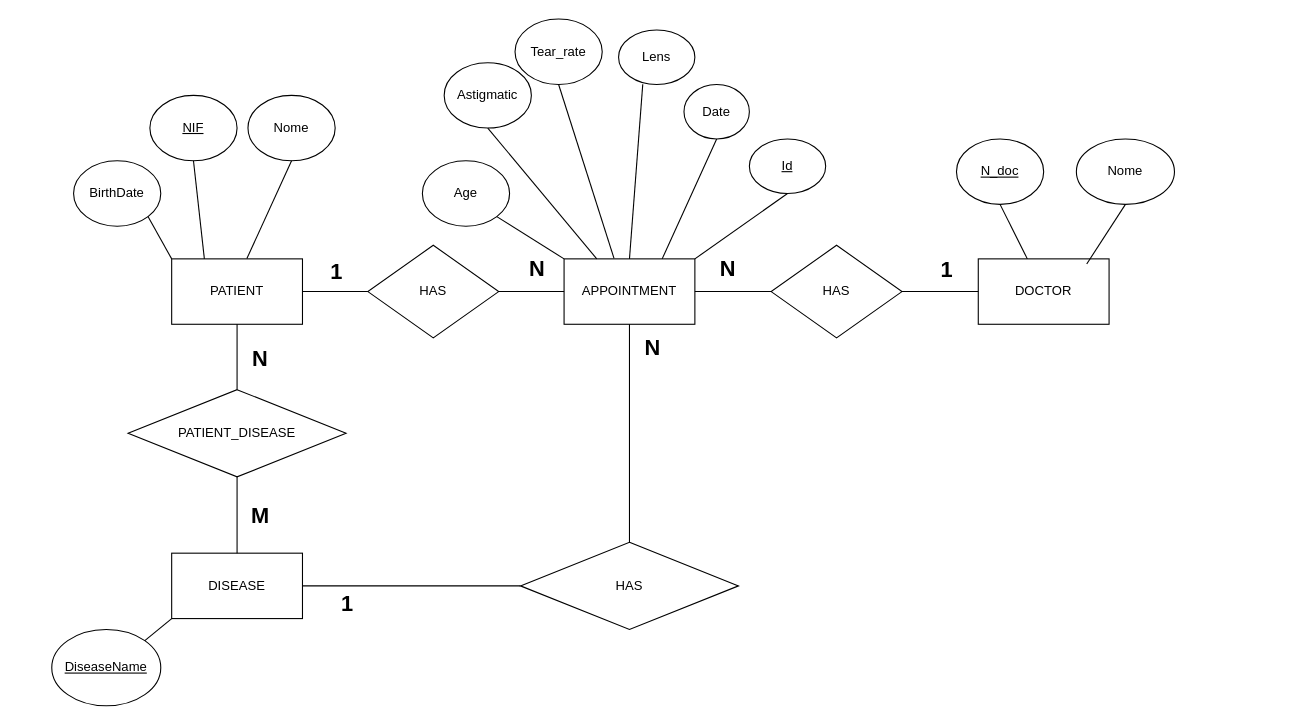
Above: AMD_PA.drawio in tiagoalvess10/AMD-ProjectA (draw.io), before the change. Source tidied: cells renumbered, new cells numbered last; positions are measured from the earlier drawing's top-left corner, leaving out a move shared by most shapes. Both pictures are drawn from the tidied source at 109%, with x=0, y=0 at pixel (51, 19).
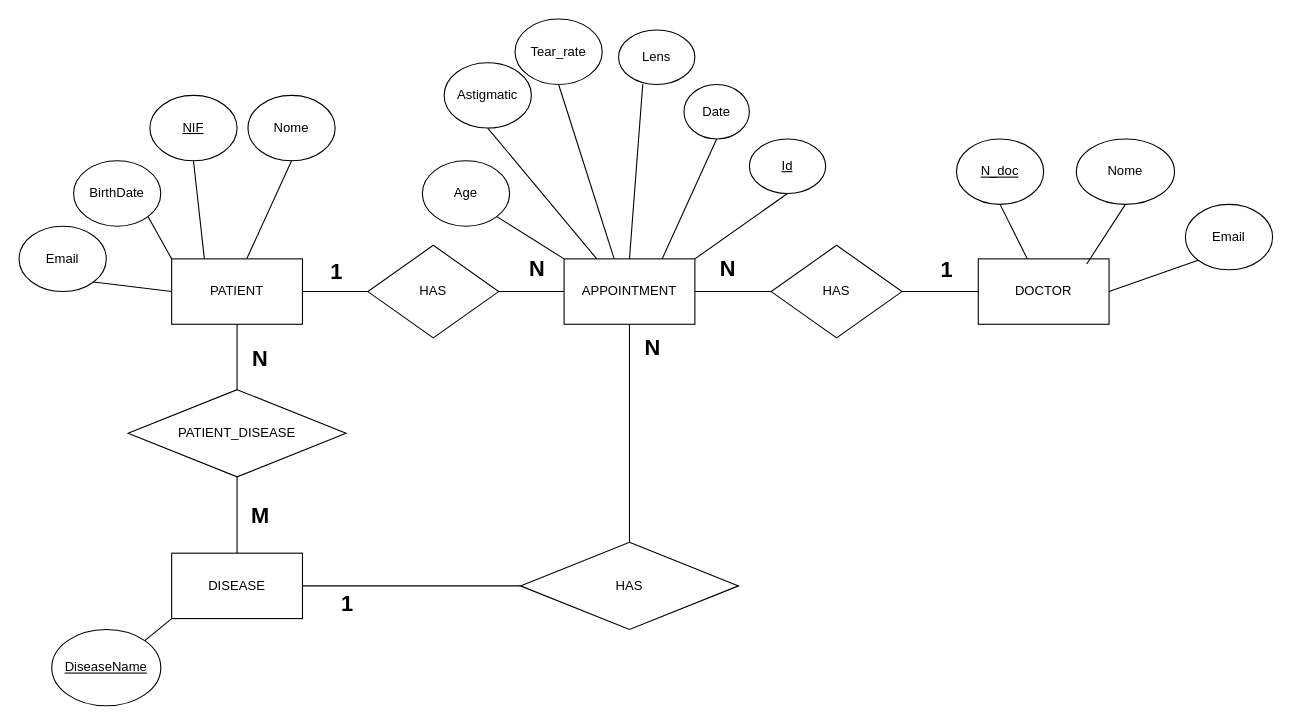
The same diagram, later.

The change refers to these unchanged cells:
```xml
<mxCell id="2" value="PATIENT" style="rounded=0;whiteSpace=wrap;html=1;" parent="1" vertex="1">
  <mxGeometry x="110" y="220" width="120" height="60" as="geometry" />
</mxCell>
<mxCell id="3" value="DOCTOR" style="rounded=0;whiteSpace=wrap;html=1;" parent="1" vertex="1">
  <mxGeometry x="850" y="220" width="120" height="60" as="geometry" />
</mxCell>
```

Diff of the diagram source:
```diff
@@
+    <mxCell id="50" value="Email" style="ellipse;whiteSpace=wrap;html=1;" parent="1" vertex="1">
+      <mxGeometry x="-30" y="190" width="80" height="60" as="geometry" />
+    </mxCell>
+    <mxCell id="51" style="endArrow=none;html=1;rounded=0;exitX=0;exitY=0.5;exitDx=0;exitDy=0;entryX=1;entryY=1;entryDx=0;entryDy=0;" parent="1" edge="1" source="2" target="50">
+      <mxGeometry relative="1" as="geometry" />
+    </mxCell>
+    <mxCell id="52" value="Email" style="ellipse;whiteSpace=wrap;html=1;" parent="1" vertex="1">
+      <mxGeometry x="1040" y="170" width="80" height="60" as="geometry" />
+    </mxCell>
+    <mxCell id="53" style="endArrow=none;html=1;rounded=0;exitX=1;exitY=0.5;exitDx=0;exitDy=0;entryX=0;entryY=1;entryDx=0;entryDy=0;" parent="1" edge="1" source="3" target="52">
+      <mxGeometry relative="1" as="geometry" />
+    </mxCell>
```
